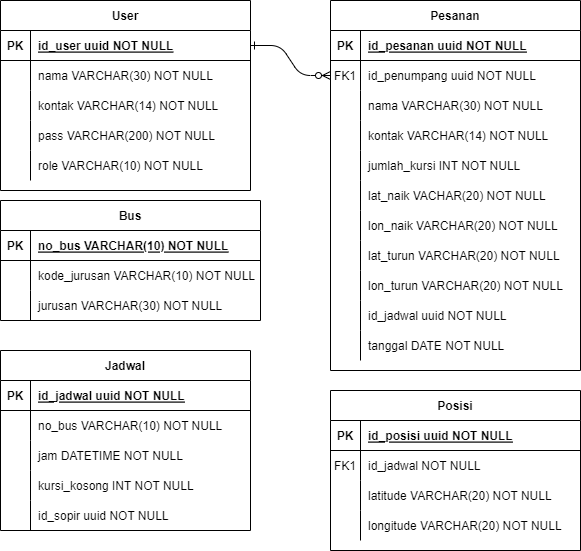
Earlier version of the draw.io export ERD-gobus.drawio.png (nentinur/IF215007-IF215008). Source tidied: cells renumbered, new cells last; positions are measured from the earlier drawing's top-left corner, leaving out a move shared by most shapes.
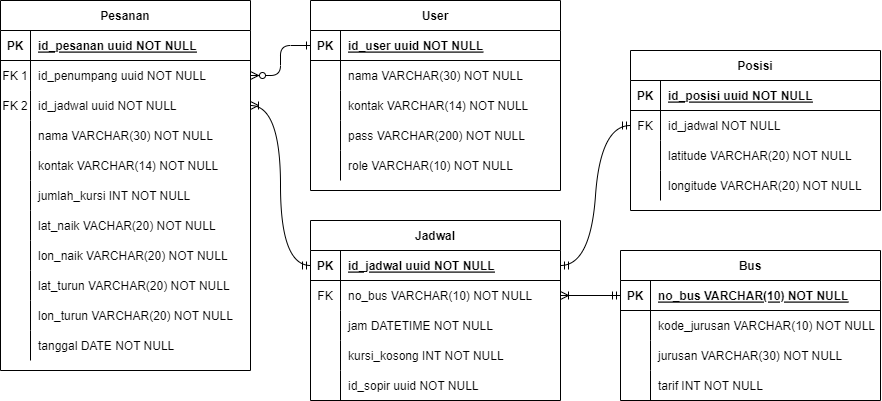
Later version of the same file.

The edit, as a diff of the source:
```diff
@@ -6,7 +6,7 @@
       <mxGeometry relative="1" as="geometry" />
     </mxCell>
     <mxCell id="3" value="Pesanan" style="shape=table;startSize=30;rowLines=0;fontStyle=1;align=center;" parent="1" vertex="1">
-      <mxGeometry x="330" width="250" height="370" as="geometry" />
+      <mxGeometry x="310" width="250" height="370" as="geometry" />
     </mxCell>
     <mxCell id="4" style="shape=partialRectangle;fillColor=none;top=0;left=0;right=0;bottom=1;" parent="3" vertex="1">
       <mxGeometry y="30" width="250" height="30" as="geometry" />
@@ -20,14 +20,23 @@
     <mxCell id="7" style="shape=partialRectangle;fillColor=none;points=[[0,0.5],[1,0.5]];portConstraint=eastwest;top=0;left=0;right=0;bottom=0;" parent="3" vertex="1">
       <mxGeometry y="60" width="250" height="30" as="geometry" />
     </mxCell>
-    <mxCell id="8" value="FK1" style="shape=partialRectangle;overflow=hidden;fillColor=none;top=0;left=0;bottom=0;right=0;" parent="7" vertex="1">
+    <mxCell id="8" value="FK 1" style="shape=partialRectangle;overflow=hidden;fillColor=none;top=0;left=0;bottom=0;right=0;" parent="7" vertex="1">
       <mxGeometry width="30" height="30" as="geometry" />
     </mxCell>
     <mxCell id="9" value="id_penumpang uuid NOT NULL" style="shape=partialRectangle;overflow=hidden;fillColor=none;top=0;left=0;bottom=0;right=0;align=left;spacingLeft=6;" parent="7" vertex="1">
       <mxGeometry x="30" width="220" height="30" as="geometry" />
     </mxCell>
+    <mxCell id="31" style="shape=partialRectangle;fillColor=none;points=[[0,0.5],[1,0.5]];portConstraint=eastwest;top=0;left=0;right=0;bottom=0;" parent="3" vertex="1">
+      <mxGeometry y="90" width="250" height="30" as="geometry" />
+    </mxCell>
+    <mxCell id="32" value="FK 2" style="shape=partialRectangle;overflow=hidden;fillColor=none;top=0;left=0;bottom=0;right=0;" parent="31" vertex="1">
+      <mxGeometry width="30" height="30" as="geometry" />
+    </mxCell>
+    <mxCell id="33" value="id_jadwal uuid NOT NULL" style="shape=partialRectangle;overflow=hidden;fillColor=none;top=0;left=0;bottom=0;right=0;align=left;spacingLeft=6;" parent="31" vertex="1">
+      <mxGeometry x="30" width="220" height="30" as="geometry" />
+    </mxCell>
     <mxCell id="10" style="shape=partialRectangle;fillColor=none;top=0;left=0;right=0;bottom=0;" parent="3" vertex="1">
-      <mxGeometry y="90" width="250" height="30" as="geometry" />
+      <mxGeometry y="120" width="250" height="30" as="geometry" />
     </mxCell>
     <mxCell id="11" style="shape=partialRectangle;overflow=hidden;fillColor=none;top=0;left=0;bottom=0;right=0;" parent="10" vertex="1">
       <mxGeometry width="30" height="30" as="geometry" />
@@ -36,7 +45,7 @@
       <mxGeometry x="30" width="220" height="30" as="geometry" />
     </mxCell>
     <mxCell id="13" style="shape=partialRectangle;fillColor=none;top=0;left=0;right=0;bottom=0;" parent="3" vertex="1">
-      <mxGeometry y="120" width="250" height="30" as="geometry" />
+      <mxGeometry y="150" width="250" height="30" as="geometry" />
     </mxCell>
     <mxCell id="14" style="shape=partialRectangle;overflow=hidden;fillColor=none;top=0;left=0;bottom=0;right=0;" parent="13" vertex="1">
       <mxGeometry width="30" height="30" as="geometry" />
@@ -45,7 +54,7 @@
       <mxGeometry x="30" width="220" height="30" as="geometry" />
     </mxCell>
     <mxCell id="16" style="shape=partialRectangle;fillColor=none;top=0;left=0;right=0;bottom=0;" parent="3" vertex="1">
-      <mxGeometry y="150" width="250" height="30" as="geometry" />
+      <mxGeometry y="180" width="250" height="30" as="geometry" />
     </mxCell>
     <mxCell id="17" style="shape=partialRectangle;overflow=hidden;fillColor=none;top=0;left=0;bottom=0;right=0;" parent="16" vertex="1">
       <mxGeometry width="30" height="30" as="geometry" />
@@ -54,7 +63,7 @@
       <mxGeometry x="30" width="220" height="30" as="geometry" />
     </mxCell>
     <mxCell id="19" style="shape=partialRectangle;fillColor=none;top=0;left=0;right=0;bottom=0;" parent="3" vertex="1">
-      <mxGeometry y="180" width="250" height="30" as="geometry" />
+      <mxGeometry y="210" width="250" height="30" as="geometry" />
     </mxCell>
     <mxCell id="20" style="shape=partialRectangle;overflow=hidden;fillColor=none;top=0;left=0;bottom=0;right=0;" parent="19" vertex="1">
       <mxGeometry width="30" height="30" as="geometry" />
@@ -63,7 +72,7 @@
       <mxGeometry x="30" width="220" height="30" as="geometry" />
     </mxCell>
     <mxCell id="22" style="shape=partialRectangle;fillColor=none;top=0;left=0;right=0;bottom=0;" parent="3" vertex="1">
-      <mxGeometry y="210" width="250" height="30" as="geometry" />
+      <mxGeometry y="240" width="250" height="30" as="geometry" />
     </mxCell>
     <mxCell id="23" style="shape=partialRectangle;overflow=hidden;fillColor=none;top=0;left=0;bottom=0;right=0;" parent="22" vertex="1">
       <mxGeometry width="30" height="30" as="geometry" />
@@ -72,7 +81,7 @@
       <mxGeometry x="30" width="220" height="30" as="geometry" />
     </mxCell>
     <mxCell id="25" style="shape=partialRectangle;fillColor=none;top=0;left=0;right=0;bottom=0;" parent="3" vertex="1">
-      <mxGeometry y="240" width="250" height="30" as="geometry" />
+      <mxGeometry y="270" width="250" height="30" as="geometry" />
     </mxCell>
     <mxCell id="26" style="shape=partialRectangle;overflow=hidden;fillColor=none;top=0;left=0;bottom=0;right=0;" parent="25" vertex="1">
       <mxGeometry width="30" height="30" as="geometry" />
@@ -81,7 +90,7 @@
       <mxGeometry x="30" width="220" height="30" as="geometry" />
     </mxCell>
     <mxCell id="28" style="shape=partialRectangle;fillColor=none;top=0;left=0;right=0;bottom=0;" parent="3" vertex="1">
-      <mxGeometry y="270" width="250" height="30" as="geometry" />
+      <mxGeometry y="300" width="250" height="30" as="geometry" />
     </mxCell>
     <mxCell id="29" style="shape=partialRectangle;overflow=hidden;fillColor=none;top=0;left=0;bottom=0;right=0;" parent="28" vertex="1">
       <mxGeometry width="30" height="30" as="geometry" />
@@ -89,15 +98,6 @@
     <mxCell id="30" value="lon_turun VARCHAR(20) NOT NULL" style="shape=partialRectangle;overflow=hidden;fillColor=none;top=0;left=0;bottom=0;right=0;align=left;spacingLeft=6;" parent="28" vertex="1">
       <mxGeometry x="30" width="220" height="30" as="geometry" />
     </mxCell>
-    <mxCell id="31" style="shape=partialRectangle;fillColor=none;points=[[0,0.5],[1,0.5]];portConstraint=eastwest;top=0;left=0;right=0;bottom=0;" parent="3" vertex="1">
-      <mxGeometry y="300" width="250" height="30" as="geometry" />
-    </mxCell>
-    <mxCell id="32" style="shape=partialRectangle;overflow=hidden;fillColor=none;top=0;left=0;bottom=0;right=0;" parent="31" vertex="1">
-      <mxGeometry width="30" height="30" as="geometry" />
-    </mxCell>
-    <mxCell id="33" value="id_jadwal uuid NOT NULL" style="shape=partialRectangle;overflow=hidden;fillColor=none;top=0;left=0;bottom=0;right=0;align=left;spacingLeft=6;" parent="31" vertex="1">
-      <mxGeometry x="30" width="220" height="30" as="geometry" />
-    </mxCell>
     <mxCell id="34" style="shape=partialRectangle;fillColor=none;top=0;left=0;right=0;bottom=0;" parent="3" vertex="1">
       <mxGeometry y="330" width="250" height="30" as="geometry" />
     </mxCell>
@@ -108,7 +108,7 @@
       <mxGeometry x="30" width="220" height="30" as="geometry" />
     </mxCell>
     <mxCell id="37" value="Posisi" style="shape=table;startSize=30;rowLines=0;fontStyle=1;align=center;" parent="1" vertex="1">
-      <mxGeometry x="330" y="390" width="250" height="160" as="geometry" />
+      <mxGeometry x="940" y="50" width="250" height="160" as="geometry" />
     </mxCell>
     <mxCell id="38" style="shape=partialRectangle;fillColor=none;top=0;left=0;right=0;bottom=1;" parent="37" vertex="1">
       <mxGeometry y="30" width="250" height="30" as="geometry" />
@@ -122,7 +122,7 @@
     <mxCell id="41" style="shape=partialRectangle;fillColor=none;points=[[0,0.5],[1,0.5]];portConstraint=eastwest;top=0;left=0;right=0;bottom=0;" parent="37" vertex="1">
       <mxGeometry y="60" width="250" height="30" as="geometry" />
     </mxCell>
-    <mxCell id="42" value="FK1" style="shape=partialRectangle;overflow=hidden;fillColor=none;top=0;left=0;bottom=0;right=0;" parent="41" vertex="1">
+    <mxCell id="42" value="FK" style="shape=partialRectangle;overflow=hidden;fillColor=none;top=0;left=0;bottom=0;right=0;" parent="41" vertex="1">
       <mxGeometry width="30" height="30" as="geometry" />
     </mxCell>
     <mxCell id="43" value="id_jadwal NOT NULL" style="shape=partialRectangle;overflow=hidden;fillColor=none;top=0;left=0;bottom=0;right=0;align=left;spacingLeft=6;" parent="41" vertex="1">
@@ -147,7 +147,7 @@
       <mxGeometry x="30" width="220" height="30" as="geometry" />
     </mxCell>
     <mxCell id="50" value="User" style="shape=table;startSize=30;rowLines=0;fontStyle=1;align=center;" parent="1" vertex="1">
-      <mxGeometry width="250" height="190" as="geometry" />
+      <mxGeometry x="620" width="250" height="190" as="geometry" />
     </mxCell>
     <mxCell id="51" style="shape=partialRectangle;fillColor=none;points=[[0,0.5],[1,0.5]];portConstraint=eastwest;top=0;left=0;right=0;bottom=1;" parent="50" vertex="1">
       <mxGeometry y="30" width="250" height="30" as="geometry" />
@@ -195,7 +195,7 @@
       <mxGeometry x="30" width="220" height="30" as="geometry" />
     </mxCell>
     <mxCell id="66" value="Jadwal" style="shape=table;startSize=30;rowLines=0;fontStyle=1;align=center;" parent="1" vertex="1">
-      <mxGeometry y="350" width="250" height="180" as="geometry" />
+      <mxGeometry x="620" y="220" width="250" height="180" as="geometry" />
     </mxCell>
     <mxCell id="67" style="shape=tableRow;horizontal=0;startSize=0;swimlaneHead=0;swimlaneBody=0;fillColor=none;points=[[0,0.5],[1,0.5]];portConstraint=eastwest;top=0;left=0;right=0;bottom=1;" parent="66" vertex="1">
       <mxGeometry y="30" width="250" height="30" as="geometry" />
@@ -209,7 +209,7 @@
     <mxCell id="70" style="shape=tableRow;horizontal=0;startSize=0;swimlaneHead=0;swimlaneBody=0;fillColor=none;points=[[0,0.5],[1,0.5]];portConstraint=eastwest;top=0;left=0;right=0;bottom=0;" parent="66" vertex="1">
       <mxGeometry y="60" width="250" height="30" as="geometry" />
     </mxCell>
-    <mxCell id="71" style="shape=partialRectangle;fillColor=none;top=0;left=0;bottom=0;right=0;overflow=hidden;" parent="70" vertex="1">
+    <mxCell id="71" value="FK" style="shape=partialRectangle;fillColor=none;top=0;left=0;bottom=0;right=0;overflow=hidden;" parent="70" vertex="1">
       <mxGeometry width="30" height="30" as="geometry" />
     </mxCell>
     <mxCell id="72" value="no_bus VARCHAR(10) NOT NULL" style="shape=partialRectangle;fillColor=none;top=0;left=0;bottom=0;right=0;align=left;spacingLeft=6;overflow=hidden;" parent="70" vertex="1">
@@ -243,7 +243,7 @@
       <mxGeometry x="30" width="220" height="30" as="geometry" />
     </mxCell>
     <mxCell id="82" value="Bus" style="shape=table;startSize=30;rowLines=0;fontStyle=1;align=center;" parent="1" vertex="1">
-      <mxGeometry y="200" width="260" height="120" as="geometry" />
+      <mxGeometry x="930" y="250" width="260" height="150" as="geometry" />
     </mxCell>
     <mxCell id="83" style="shape=tableRow;horizontal=0;startSize=0;swimlaneHead=0;swimlaneBody=0;fillColor=none;points=[[0,0.5],[1,0.5]];portConstraint=eastwest;top=0;left=0;right=0;bottom=1;" parent="82" vertex="1">
       <mxGeometry y="30" width="260" height="30" as="geometry" />
@@ -272,5 +272,23 @@
     <mxCell id="91" value="jurusan VARCHAR(30) NOT NULL" style="shape=partialRectangle;fillColor=none;top=0;left=0;bottom=0;right=0;align=left;spacingLeft=6;overflow=hidden;" parent="89" vertex="1">
       <mxGeometry x="30" width="230" height="30" as="geometry" />
     </mxCell>
+    <mxCell id="92" style="shape=tableRow;horizontal=0;startSize=0;swimlaneHead=0;swimlaneBody=0;fillColor=none;top=0;left=0;right=0;bottom=0;" parent="82" vertex="1">
+      <mxGeometry y="120" width="260" height="30" as="geometry" />
+    </mxCell>
+    <mxCell id="93" style="shape=partialRectangle;fillColor=none;top=0;left=0;bottom=0;right=0;overflow=hidden;" parent="92" vertex="1">
+      <mxGeometry width="30" height="30" as="geometry" />
+    </mxCell>
+    <mxCell id="94" value="tarif INT NOT NULL" style="shape=partialRectangle;fillColor=none;top=0;left=0;bottom=0;right=0;align=left;spacingLeft=6;overflow=hidden;" parent="92" vertex="1">
+      <mxGeometry x="30" width="230" height="30" as="geometry" />
+    </mxCell>
+    <mxCell id="95" style="edgeStyle=orthogonalEdgeStyle;fontSize=12;html=1;endArrow=ERoneToMany;startArrow=ERmandOne;rounded=0;exitX=0;exitY=0.5;exitDx=0;exitDy=0;entryX=1;entryY=0.5;entryDx=0;entryDy=0;curved=1;" parent="1" edge="1" source="67" target="31">
+      <mxGeometry relative="1" as="geometry" />
+    </mxCell>
+    <mxCell id="96" style="fontSize=12;html=1;endArrow=ERoneToMany;startArrow=ERmandOne;rounded=0;exitX=0;exitY=0.5;exitDx=0;exitDy=0;edgeStyle=orthogonalEdgeStyle;entryX=1;entryY=0.5;entryDx=0;entryDy=0;curved=1;" parent="1" edge="1" source="83" target="70">
+      <mxGeometry relative="1" as="geometry" />
+    </mxCell>
+    <mxCell id="97" style="edgeStyle=entityRelationEdgeStyle;fontSize=12;html=1;endArrow=ERmandOne;startArrow=ERmandOne;rounded=0;curved=1;exitX=1;exitY=0.5;exitDx=0;exitDy=0;entryX=0;entryY=0.5;entryDx=0;entryDy=0;" parent="1" edge="1" source="67" target="41">
+      <mxGeometry relative="1" as="geometry" />
+    </mxCell>
   </root>
 </mxGraphModel>
```
